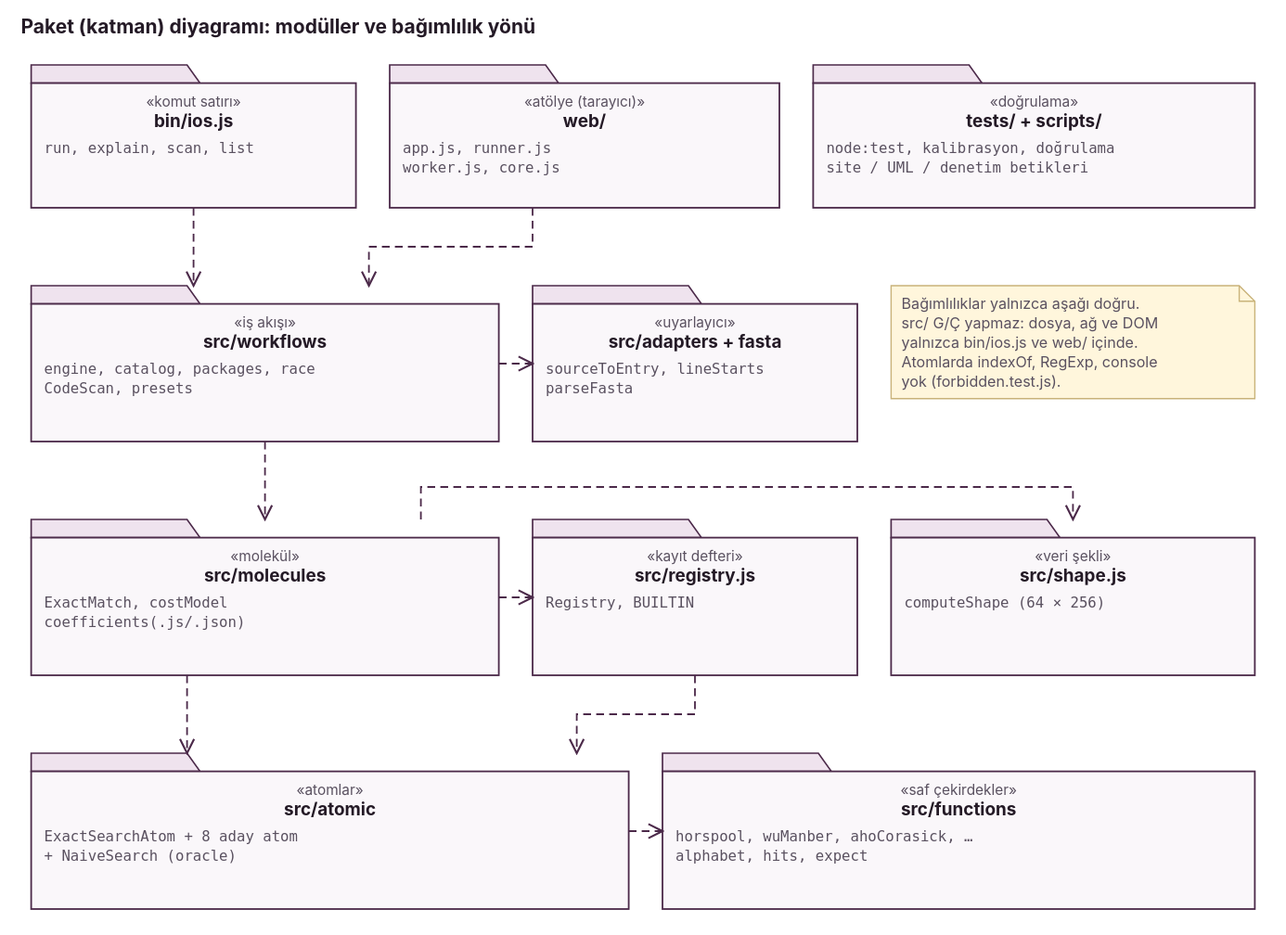
The PlantUML diagram docs/uml/svg/4_katmanlar.svg in Baki-B/YZM327-Odev-3, before a commit. Its source is kept beside it as docs/uml/4_katmanlar.puml.
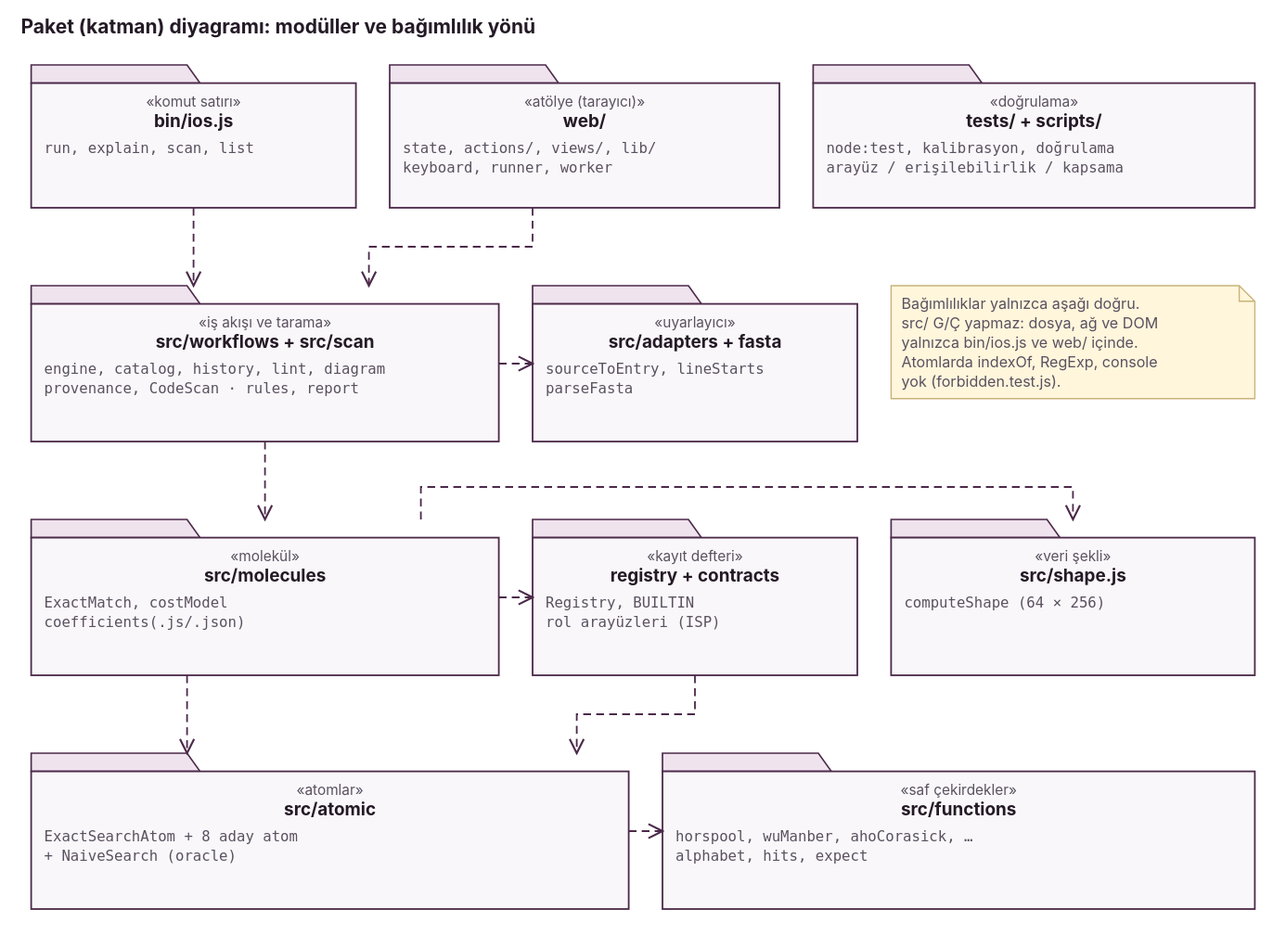
The same file after the commit.

What changed in the source:
```diff
@@ -2,12 +2,12 @@
 !include _stil.iuml
 title Paket (katman) diyagramı: modüller ve bağımlılık yönü
 package "bin/ios.js «komut satırı»" as CLI
-package "web/ «atölye (tarayıcı)»" as WEB
+package "web/ «atölye (tarayıcı)»\nstate, actions/, views/, lib/, keyboard" as WEB
 package "tests/ + scripts/ «doğrulama»" as TST
-package "src/workflows «iş akışı»" as WF
+package "src/workflows + src/scan «iş akışı ve tarama»\nengine, catalog, history, lint, diagram, provenance, CodeScan · rules, report" as WF
 package "src/adapters + fasta «uyarlayıcı»" as AD
 package "src/molecules «molekül»" as MOL
-package "src/registry.js «kayıt defteri»" as REG
+package "src/registry.js + contracts.js «kayıt defteri»\nRegistry, BUILTIN, rol arayüzleri (ISP)" as REG
 package "src/shape.js «veri şekli»" as SH
 package "src/atomic «atomlar»" as AT
 package "src/functions «saf çekirdekler»" as FN
```
